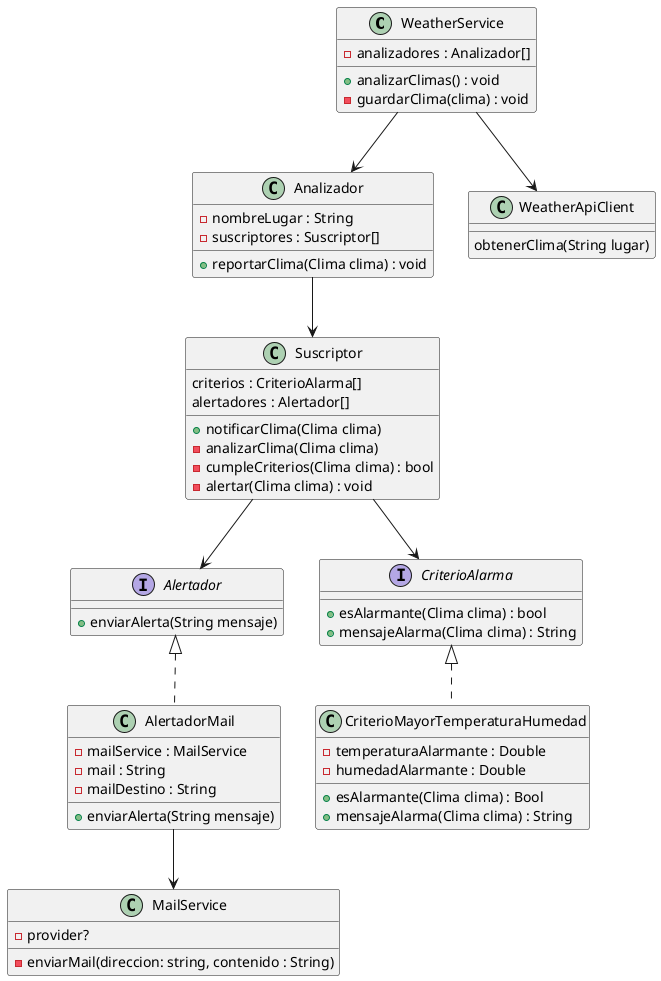
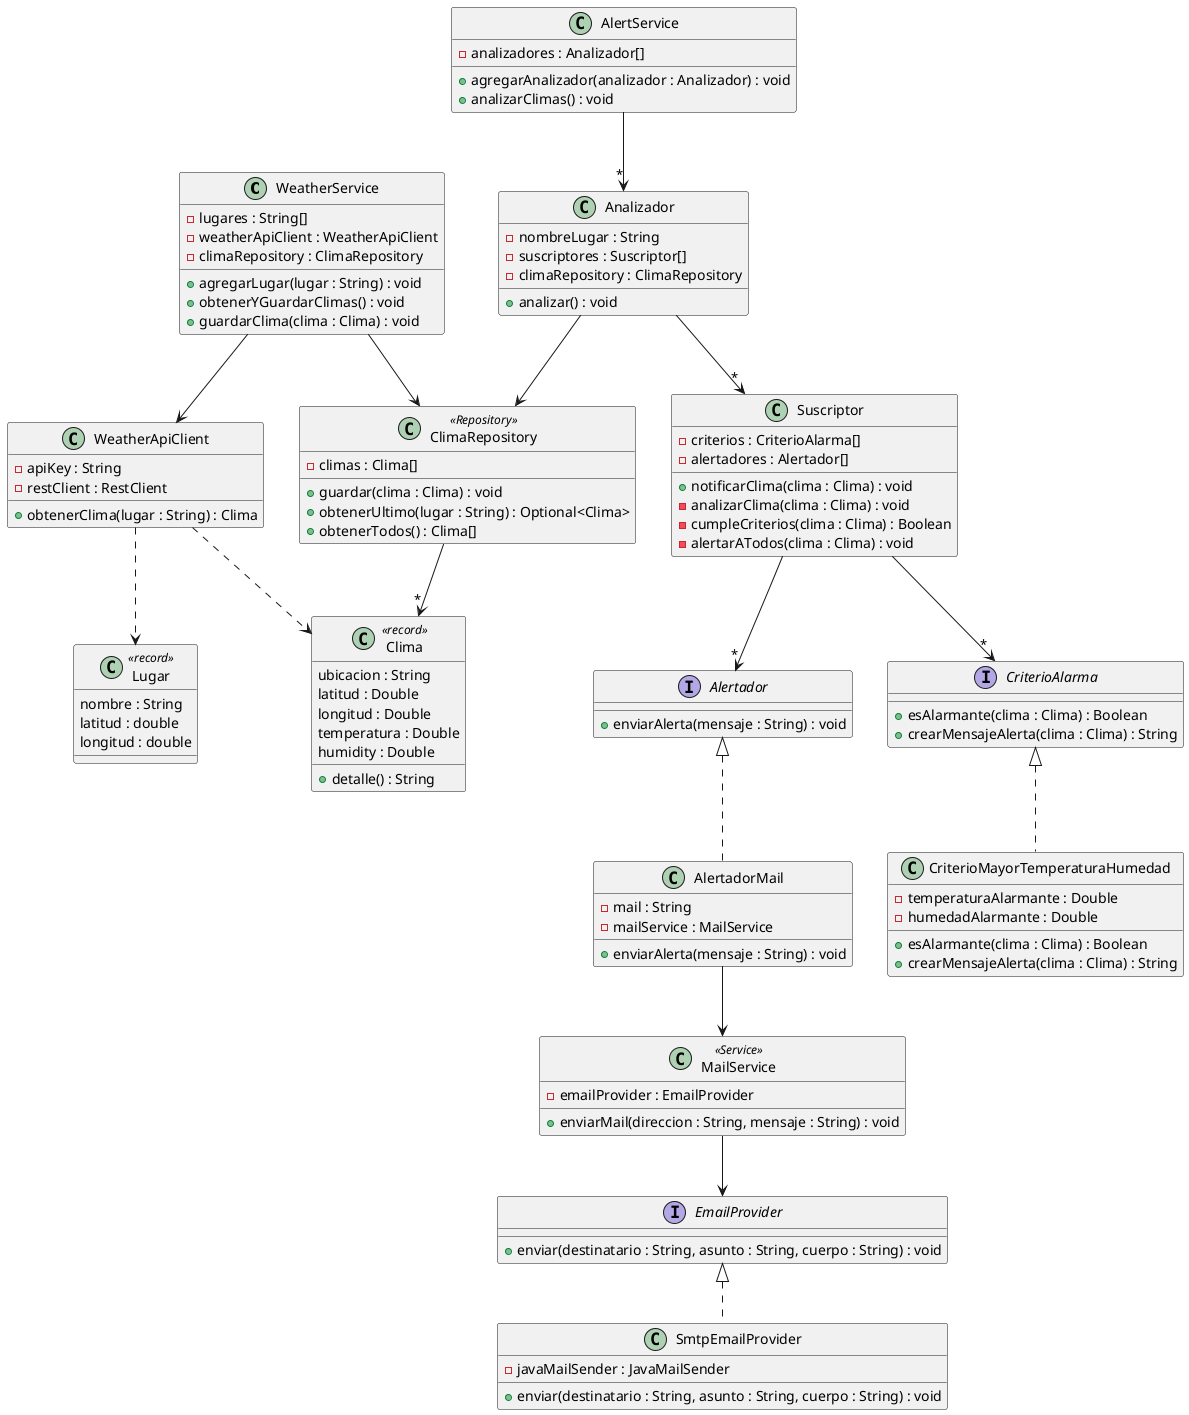
@startuml

+ ' ==== servicios (polling / scheduling) ====

- class WeatherService{
+ class WeatherService {
+     - lugares : String[]
+     - weatherApiClient : WeatherApiClient
+     - climaRepository : ClimaRepository
+ 
+     + agregarLugar(lugar : String) : void
+     ' @Scheduled cada 5 minutos: pide el clima de cada lugar y lo guarda
+     + obtenerYGuardarClimas() : void
+     + guardarClima(clima : Clima) : void
+ }
+ 
+ class AlertService {
    - analizadores : Analizador[]

-     ' analiza para cada analizador, su climas
+     + agregarAnalizador(analizador : Analizador) : void
+     ' @Scheduled cada 1 minuto: le pide a cada analizador que analice
    + analizarClimas() : void
-     - guardarClima(clima) : void
- }
- 
- ' tiene los lugares y a quien alarmar
- class Analizador{
- 
-     - nombreLugar : String
-     - suscriptores : Suscriptor[]
-     ' le pasa a todos los suscriptores el clima, y cada suscriptor evalua con SUS criterios y hace SUS alarmas
-     + reportarClima(Clima clima) : void
- }
- 
- Analizador --> Suscriptor
- Class Suscriptor{
-     criterios : CriterioAlarma[]
-     alertadores : Alertador[]
- 
-     + notificarClima(Clima clima)
-     - analizarClima(Clima clima)
-     - cumpleCriterios(Clima clima) : bool
-     - alertar(Clima clima) : void
- }
- 
- 
- WeatherService --> Analizador
- 
- Suscriptor --> Alertador
- Suscriptor --> CriterioAlarma
- 
- Interface CriterioAlarma{
- 
-     + esAlarmante(Clima clima) : bool
-     + mensajeAlarma(Clima clima) : String
- }
- 
- Class CriterioMayorTemperaturaHumedad implements CriterioAlarma{
-     - temperaturaAlarmante : Double
-     - humedadAlarmante : Double
-     + esAlarmante(Clima clima) : Bool
-     + mensajeAlarma(Clima clima) : String
}

WeatherService --> WeatherApiClient
+ WeatherService --> ClimaRepository
+ AlertService --> "*" Analizador

- class WeatherApiClient{
-     obtenerClima(String lugar)
+ ' ==== modelo de dominio ====

+ class Analizador {
+     - nombreLugar : String
+     - suscriptores : Suscriptor[]
+     - climaRepository : ClimaRepository
+ 
+     + analizar() : void
}

- interface Alertador{
- + enviarAlerta(String mensaje)
+ Analizador --> ClimaRepository
+ Analizador --> "*" Suscriptor
+ 
+ class Suscriptor {
+     - criterios : CriterioAlarma[]
+     - alertadores : Alertador[]
+ 
+     + notificarClima(clima : Clima) : void
+     - analizarClima(clima : Clima) : void
+     - cumpleCriterios(clima : Clima) : Boolean
+     - alertarATodos(clima : Clima) : void
+ }
+ 
+ Suscriptor --> "*" Alertador
+ Suscriptor --> "*" CriterioAlarma
+ 
+ interface CriterioAlarma {
+     + esAlarmante(clima : Clima) : Boolean
+     + crearMensajeAlerta(clima : Clima) : String
+ }
+ 
+ class CriterioMayorTemperaturaHumedad implements CriterioAlarma {
+     - temperaturaAlarmante : Double
+     - humedadAlarmante : Double
+     + esAlarmante(clima : Clima) : Boolean
+     + crearMensajeAlerta(clima : Clima) : String
+ }
+ 
+ interface Alertador {
+     + enviarAlerta(mensaje : String) : void
}

class AlertadorMail implements Alertador {
- - mailService : MailService
- - mail : String
- - mailDestino : String
- + enviarAlerta(String mensaje)
- }
- AlertadorMail --> MailService
- ' manda los mails
- class MailService{
- - provider?
- - enviarMail(direccion: string, contenido : String)
+     - mail : String
+     - mailService : MailService
+     + enviarAlerta(mensaje : String) : void
}

+ AlertadorMail --> MailService

- @enduml+ ' ==== clima: obtencion y persistencia ====
+ 
+ class WeatherApiClient {
+     - apiKey : String
+     - restClient : RestClient
+     ' llama a weatherapi.com, mapea la respuesta y arma un Clima
+     + obtenerClima(lugar : String) : Clima
+ }
+ 
+ class ClimaRepository <<Repository>> {
+     - climas : Clima[]
+     + guardar(clima : Clima) : void
+     + obtenerUltimo(lugar : String) : Optional<Clima>
+     + obtenerTodos() : Clima[]
+ }
+ 
+ class Clima <<record>> {
+     ubicacion : String
+     latitud : Double
+     longitud : Double
+     temperatura : Double
+     humidity : Double
+ 
+     ' arma el texto con todos los datos del clima, usado en el cuerpo del mail de alerta
+     + detalle() : String
+ }
+ 
+ class Lugar <<record>> {
+     nombre : String
+     latitud : double
+     longitud : double
+ }
+ 
+ WeatherApiClient ..> Lugar
+ WeatherApiClient ..> Clima
+ ClimaRepository --> "*" Clima
+ 
+ ' ==== envio de mails ====
+ 
+ class MailService <<Service>> {
+     - emailProvider : EmailProvider
+     + enviarMail(direccion : String, mensaje : String) : void
+ }
+ 
+ interface EmailProvider {
+     + enviar(destinatario : String, asunto : String, cuerpo : String) : void
+ }
+ 
+ class SmtpEmailProvider implements EmailProvider {
+     - javaMailSender : JavaMailSender
+     + enviar(destinatario : String, asunto : String, cuerpo : String) : void
+ }
+ 
+ MailService --> EmailProvider
+ 
+ @enduml
